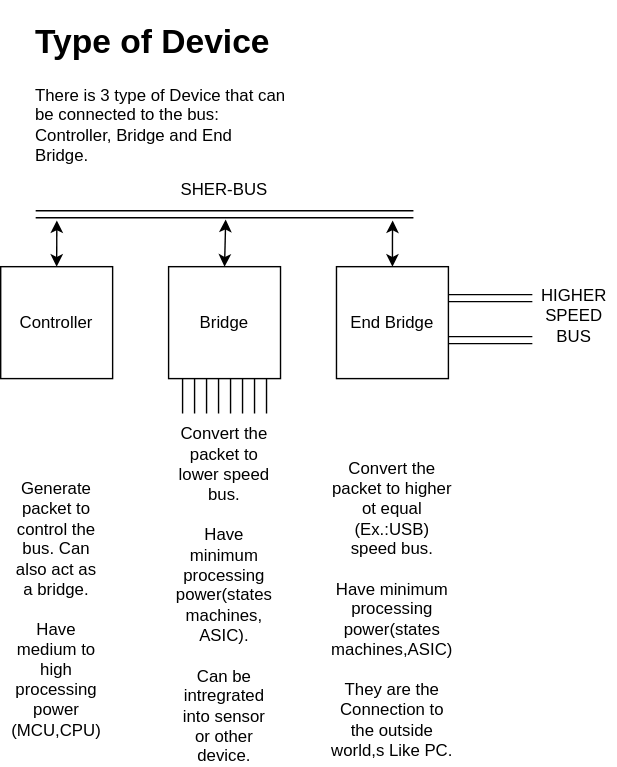
Before: Controller_Bridge.svg, a diagram exported from draw.io (cdg66/BUS_figures). Source tidied: cells renumbered, new cells last; positions are measured from the earlier drawing's top-left corner, leaving out a move shared by most shapes.
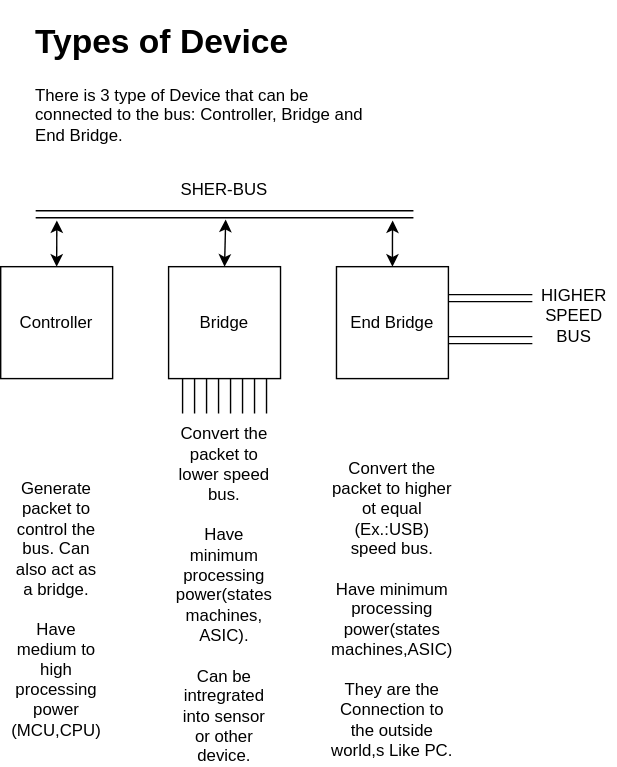
After the commit.

Diff of the diagram source:
```diff
@@ -20,8 +20,8 @@
     <mxCell id="7" value="&lt;div&gt;Generate packet to control the bus. Can also act as a bridge.&lt;/div&gt;&lt;div&gt;&lt;br&gt;&lt;/div&gt;&lt;div&gt;Have medium to high processing power&lt;/div&gt;&lt;div&gt;(MCU,CPU)&lt;/div&gt;" style="text;html=1;strokeColor=none;fillColor=none;align=center;verticalAlign=middle;whiteSpace=wrap;rounded=0;" parent="1" vertex="1">
       <mxGeometry x="10" y="410" width="60" height="30" as="geometry" />
     </mxCell>
-    <mxCell id="8" value="&lt;h1&gt;Type of Device&lt;br&gt;&lt;/h1&gt;There is 3 type of Device that can be connected to the bus: Controller, Bridge and End Bridge. " style="text;html=1;strokeColor=none;fillColor=none;spacing=5;spacingTop=-20;whiteSpace=wrap;overflow=hidden;rounded=0;" parent="1" vertex="1">
-      <mxGeometry x="20" width="190" height="120" as="geometry" />
+    <mxCell id="8" value="&lt;h1&gt;Types of Device&lt;br&gt;&lt;/h1&gt;There is 3 type of Device that can be connected to the bus: Controller, Bridge and End Bridge. " style="text;html=1;strokeColor=none;fillColor=none;spacing=5;spacingTop=-20;whiteSpace=wrap;overflow=hidden;rounded=0;" parent="1" vertex="1">
+      <mxGeometry x="20" width="250" height="120" as="geometry" />
     </mxCell>
     <mxCell id="9" style="verticalLabelPosition=bottom;shadow=0;dashed=0;align=center;html=1;verticalAlign=top;shape=mxgraph.electrical.transmission.2_line_bus;" parent="1" vertex="1">
       <mxGeometry x="25" y="140" width="270" height="5" as="geometry" />
```
